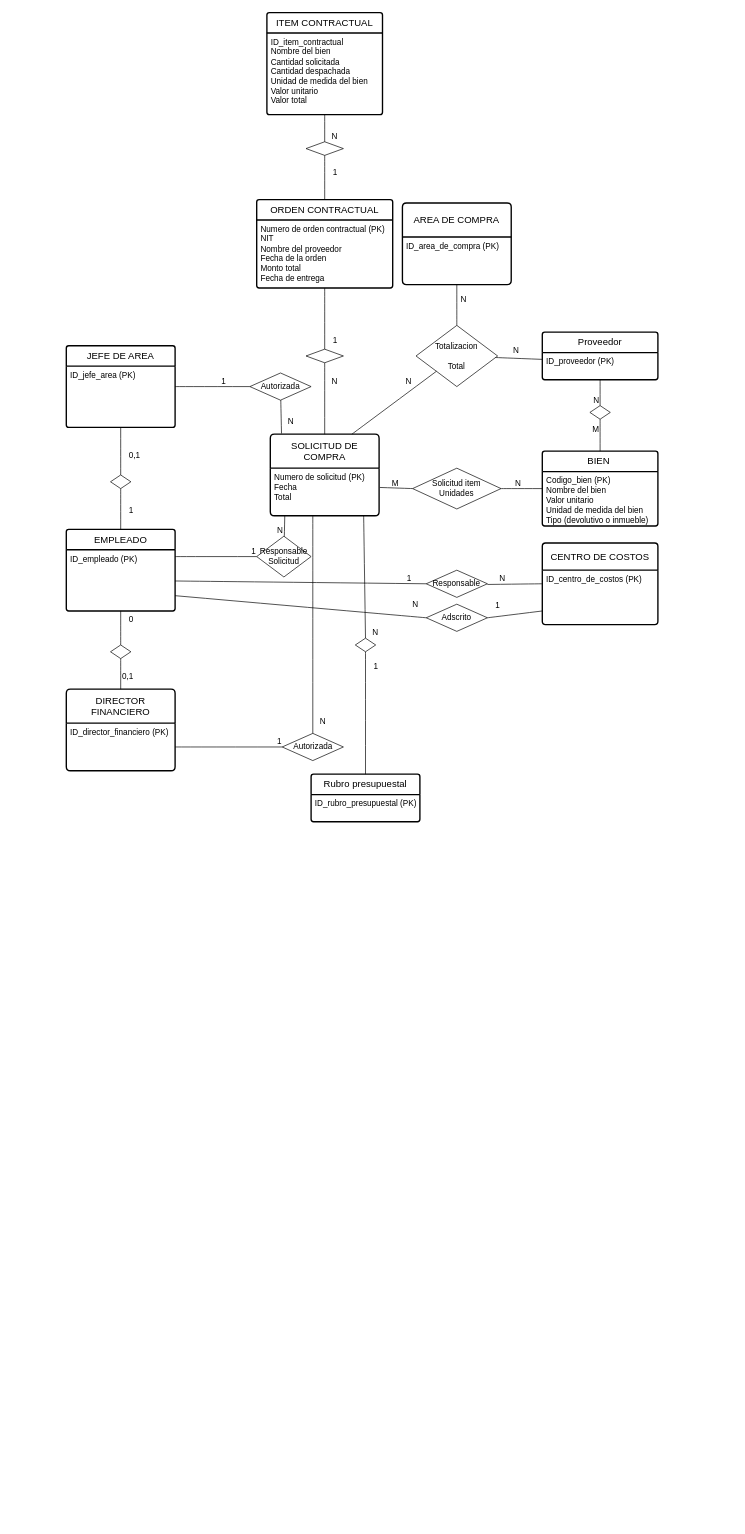
Above: DiagramaBaseDeDatos.drawio in elaiacamara/Arangoya (draw.io), before the change. Source tidied: cells renumbered, new cells numbered last; positions are measured from the earlier drawing's top-left corner, leaving out a move shared by most shapes. Both pictures are drawn from the tidied source at 68%, with x=0, y=0 at pixel (66, 12).
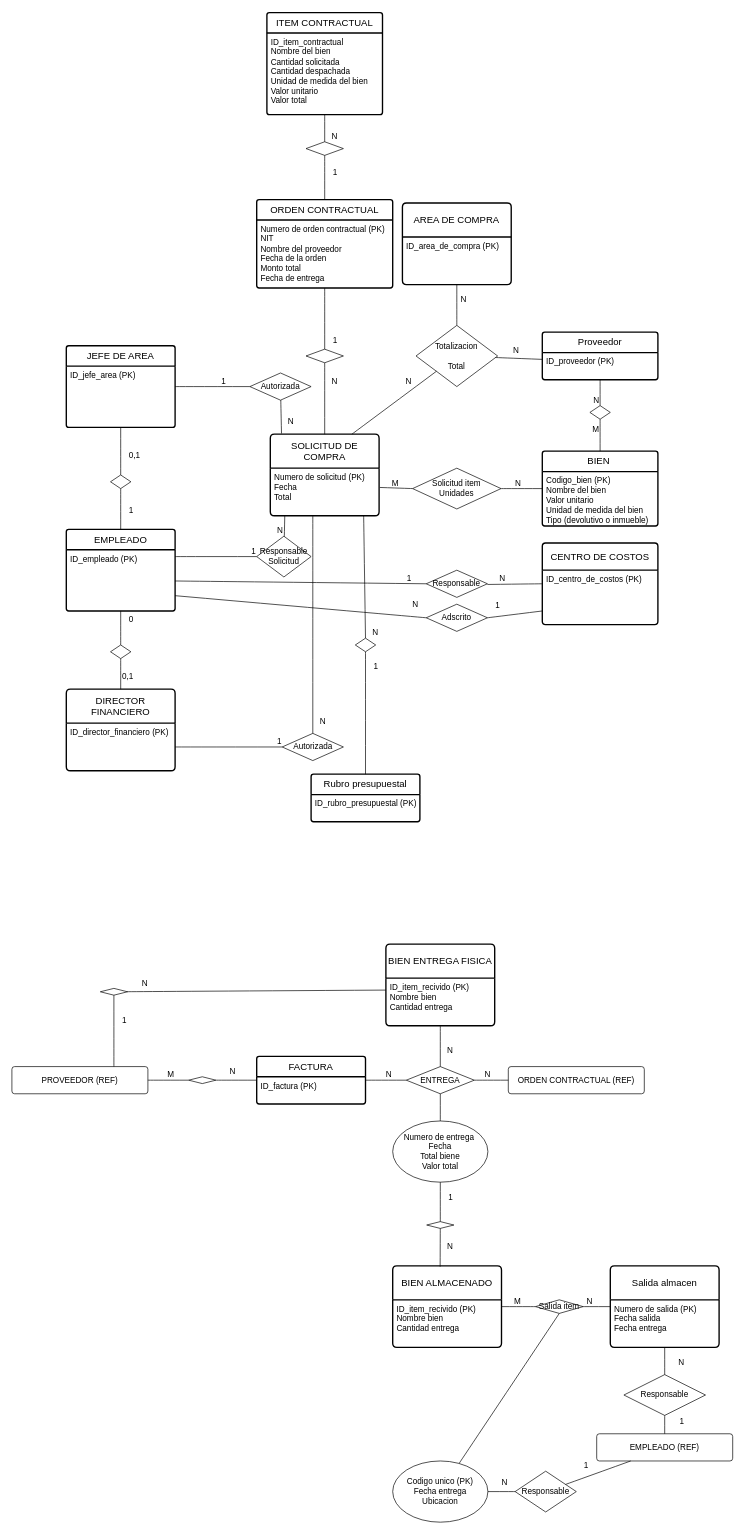
The same page after the edit.

Change to the diagram source:
```diff
@@
+    <mxCell id="92" value="ORDEN CONTRACTUAL (REF)" style="rounded=1;arcSize=10;whiteSpace=wrap;html=1;align=center;" parent="1" vertex="1">
+      <mxGeometry x="650" y="1550" width="200" height="40" as="geometry" />
+    </mxCell>
+    <mxCell id="93" value="EMPLEADO (REF)" style="rounded=1;arcSize=10;whiteSpace=wrap;html=1;align=center;" parent="1" vertex="1">
+      <mxGeometry x="780" y="2090" width="200" height="40" as="geometry" />
+    </mxCell>
+    <mxCell id="94" value="PROVEEDOR (REF)" style="rounded=1;arcSize=10;whiteSpace=wrap;html=1;align=center;" parent="1" vertex="1">
+      <mxGeometry x="-80" y="1550" width="200" height="40" as="geometry" />
+    </mxCell>
+    <mxCell id="95" value="ENTREGA" style="shape=rhombus;perimeter=rhombusPerimeter;whiteSpace=wrap;html=1;align=center;" parent="1" vertex="1">
+      <mxGeometry x="500" y="1550" width="100" height="40" as="geometry" />
+    </mxCell>
+    <mxCell id="96" value="FACTURA" style="swimlane;horizontal=1;startSize=30;rounded=1;fontSize=14;fontStyle=0;strokeWidth=2;shadow=0;dashed=0;align=center;arcSize=4;whiteSpace=wrap;html=1;" parent="1" vertex="1">
+      <mxGeometry x="280" y="1535" width="160" height="70" as="geometry" />
+    </mxCell>
+    <mxCell id="97" value="ID_factura (PK)" style="align=left;strokeColor=none;fillColor=none;spacingLeft=4;spacingRight=4;fontSize=12;verticalAlign=top;html=1;whiteSpace=wrap;" parent="96" vertex="1">
+      <mxGeometry y="30" width="160" height="40" as="geometry" />
+    </mxCell>
+    <mxCell id="98" style="shape=rhombus;perimeter=rhombusPerimeter;whiteSpace=wrap;html=1;align=center;" parent="1" vertex="1">
+      <mxGeometry x="180" y="1565" width="40" height="10" as="geometry" />
+    </mxCell>
+    <mxCell id="99" style="endArrow=none;html=1;rounded=0;fontSize=12;startSize=8;endSize=8;curved=1;exitX=1;exitY=0.5;exitDx=0;exitDy=0;entryX=0;entryY=0.5;entryDx=0;entryDy=0;" parent="1" edge="1" source="98" target="96">
+      <mxGeometry relative="1" as="geometry" />
+    </mxCell>
+    <mxCell id="100" value="N" style="html=1;whiteSpace=wrap;align=right;verticalAlign=bottom;fontSize=12;" parent="99" vertex="1">
+      <mxGeometry x="1" relative="1" as="geometry">
+        <mxPoint x="-30" y="-5" as="offset" />
+      </mxGeometry>
+    </mxCell>
+    <mxCell id="101" style="endArrow=none;html=1;rounded=0;fontSize=12;startSize=8;endSize=8;curved=1;entryX=0;entryY=0.5;entryDx=0;entryDy=0;" parent="1" edge="1" source="94" target="98">
+      <mxGeometry relative="1" as="geometry" />
+    </mxCell>
+    <mxCell id="102" value="M" style="html=1;whiteSpace=wrap;align=right;verticalAlign=bottom;fontSize=12;" parent="101" vertex="1">
+      <mxGeometry x="1" relative="1" as="geometry">
+        <mxPoint x="-20" as="offset" />
+      </mxGeometry>
+    </mxCell>
+    <mxCell id="103" value="Numero de entrega&amp;nbsp;&lt;div&gt;Fecha&lt;/div&gt;&lt;div&gt;Total biene&lt;/div&gt;&lt;div&gt;Valor total&lt;/div&gt;" style="ellipse;whiteSpace=wrap;html=1;align=center;" parent="1" vertex="1">
+      <mxGeometry x="480" y="1630" width="140" height="90" as="geometry" />
+    </mxCell>
+    <mxCell id="104" style="endArrow=none;html=1;rounded=0;fontSize=12;startSize=8;endSize=8;curved=1;entryX=0.5;entryY=1;entryDx=0;entryDy=0;" parent="1" edge="1" source="103" target="95">
+      <mxGeometry relative="1" as="geometry" />
+    </mxCell>
+    <mxCell id="105" style="endArrow=none;html=1;rounded=0;fontSize=12;startSize=8;endSize=8;curved=1;entryX=0;entryY=0.5;entryDx=0;entryDy=0;" parent="1" edge="1" source="95" target="92">
+      <mxGeometry relative="1" as="geometry" />
+    </mxCell>
+    <mxCell id="106" value="N" style="html=1;whiteSpace=wrap;align=right;verticalAlign=bottom;fontSize=12;" parent="105" vertex="1">
+      <mxGeometry x="1" relative="1" as="geometry">
+        <mxPoint x="-25" as="offset" />
+      </mxGeometry>
+    </mxCell>
+    <mxCell id="107" style="endArrow=none;html=1;rounded=0;fontSize=12;startSize=8;endSize=8;curved=1;entryX=0;entryY=0.5;entryDx=0;entryDy=0;exitX=1;exitY=0.5;exitDx=0;exitDy=0;" parent="1" edge="1" source="96" target="95">
+      <mxGeometry relative="1" as="geometry" />
+    </mxCell>
+    <mxCell id="108" value="N" style="html=1;whiteSpace=wrap;align=right;verticalAlign=bottom;fontSize=12;" parent="107" vertex="1">
+      <mxGeometry x="1" relative="1" as="geometry">
+        <mxPoint x="-20" as="offset" />
+      </mxGeometry>
+    </mxCell>
+    <mxCell id="109" value="BIEN ALMACENADO" style="swimlane;horizontal=1;startSize=50;rounded=1;fontSize=14;fontStyle=0;strokeWidth=2;shadow=0;dashed=0;align=center;arcSize=4;whiteSpace=wrap;html=1;" parent="1" vertex="1">
+      <mxGeometry x="480" y="1843" width="160" height="120" as="geometry" />
+    </mxCell>
+    <mxCell id="110" value="ID_item_recivido (PK)&lt;div&gt;Nombre bien&lt;/div&gt;&lt;div&gt;Cantidad entrega&lt;/div&gt;&lt;div&gt;&lt;br&gt;&lt;/div&gt;" style="align=left;strokeColor=none;fillColor=none;spacingLeft=4;spacingRight=4;fontSize=12;verticalAlign=top;html=1;whiteSpace=wrap;" parent="109" vertex="1">
+      <mxGeometry y="50" width="160" height="70" as="geometry" />
+    </mxCell>
+    <mxCell id="111" style="shape=rhombus;perimeter=rhombusPerimeter;whiteSpace=wrap;html=1;align=center;" parent="1" vertex="1">
+      <mxGeometry x="530" y="1778" width="40" height="10" as="geometry" />
+    </mxCell>
+    <mxCell id="112" style="endArrow=none;html=1;rounded=0;fontSize=12;startSize=8;endSize=8;curved=1;entryX=0.5;entryY=1;entryDx=0;entryDy=0;" parent="1" edge="1" source="111" target="103">
+      <mxGeometry relative="1" as="geometry" />
+    </mxCell>
+    <mxCell id="113" value="1" style="html=1;whiteSpace=wrap;align=right;verticalAlign=bottom;fontSize=12;" parent="112" vertex="1">
+      <mxGeometry x="1" relative="1" as="geometry">
+        <mxPoint x="20" y="30" as="offset" />
+      </mxGeometry>
+    </mxCell>
+    <mxCell id="114" style="endArrow=none;html=1;rounded=0;fontSize=12;startSize=8;endSize=8;curved=1;entryX=0.436;entryY=0.011;entryDx=0;entryDy=0;entryPerimeter=0;" parent="1" edge="1" source="111" target="109">
+      <mxGeometry relative="1" as="geometry" />
+    </mxCell>
+    <mxCell id="115" value="N" style="html=1;whiteSpace=wrap;align=right;verticalAlign=bottom;fontSize=12;" parent="114" vertex="1">
+      <mxGeometry x="1" relative="1" as="geometry">
+        <mxPoint x="20" y="-21" as="offset" />
+      </mxGeometry>
+    </mxCell>
+    <mxCell id="116" value="BIEN ENTREGA FISICA" style="swimlane;horizontal=1;startSize=50;rounded=1;fontSize=14;fontStyle=0;strokeWidth=2;shadow=0;dashed=0;align=center;arcSize=4;whiteSpace=wrap;html=1;" parent="1" vertex="1">
+      <mxGeometry x="470" y="1370" width="160" height="120" as="geometry" />
+    </mxCell>
+    <mxCell id="117" value="ID_item_recivido (PK)&lt;div&gt;Nombre bien&lt;/div&gt;&lt;div&gt;Cantidad entrega&lt;/div&gt;&lt;div&gt;&lt;br&gt;&lt;/div&gt;" style="align=left;strokeColor=none;fillColor=none;spacingLeft=4;spacingRight=4;fontSize=12;verticalAlign=top;html=1;whiteSpace=wrap;" parent="116" vertex="1">
+      <mxGeometry y="50" width="160" height="70" as="geometry" />
+    </mxCell>
+    <mxCell id="118" style="shape=rhombus;perimeter=rhombusPerimeter;whiteSpace=wrap;html=1;align=center;" parent="1" vertex="1">
+      <mxGeometry x="50" y="1435" width="40" height="10" as="geometry" />
+    </mxCell>
+    <mxCell id="119" style="endArrow=none;html=1;rounded=0;fontSize=12;startSize=8;endSize=8;curved=1;entryX=0.5;entryY=1;entryDx=0;entryDy=0;exitX=0.75;exitY=0;exitDx=0;exitDy=0;" parent="1" edge="1" source="94" target="118">
+      <mxGeometry relative="1" as="geometry" />
+    </mxCell>
+    <mxCell id="120" value="1" style="html=1;whiteSpace=wrap;align=right;verticalAlign=bottom;fontSize=12;" parent="119" vertex="1">
+      <mxGeometry x="1" relative="1" as="geometry">
+        <mxPoint x="20" y="45" as="offset" />
+      </mxGeometry>
+    </mxCell>
+    <mxCell id="121" style="endArrow=none;html=1;rounded=0;fontSize=12;startSize=8;endSize=8;curved=1;entryX=0;entryY=0.25;entryDx=0;entryDy=0;" parent="1" edge="1" source="118" target="117">
+      <mxGeometry relative="1" as="geometry" />
+    </mxCell>
+    <mxCell id="122" value="N" style="html=1;whiteSpace=wrap;align=right;verticalAlign=bottom;fontSize=12;" parent="121" vertex="1">
+      <mxGeometry x="1" relative="1" as="geometry">
+        <mxPoint x="-349" y="-2" as="offset" />
+      </mxGeometry>
+    </mxCell>
+    <mxCell id="123" style="endArrow=none;html=1;rounded=0;fontSize=12;startSize=8;endSize=8;curved=1;entryX=0.5;entryY=0;entryDx=0;entryDy=0;" parent="1" edge="1" source="117" target="95">
+      <mxGeometry relative="1" as="geometry" />
+    </mxCell>
+    <mxCell id="124" value="N" style="html=1;whiteSpace=wrap;align=right;verticalAlign=bottom;fontSize=12;" parent="123" vertex="1">
+      <mxGeometry x="1" relative="1" as="geometry">
+        <mxPoint x="20" y="-15" as="offset" />
+      </mxGeometry>
+    </mxCell>
+    <mxCell id="125" value="Salida almacen" style="swimlane;horizontal=1;startSize=50;rounded=1;fontSize=14;fontStyle=0;strokeWidth=2;shadow=0;dashed=0;align=center;arcSize=4;whiteSpace=wrap;html=1;" parent="1" vertex="1">
+      <mxGeometry x="800" y="1843" width="160" height="120" as="geometry" />
+    </mxCell>
+    <mxCell id="126" value="Numero de salida (PK)&lt;div&gt;Fecha salida&lt;/div&gt;&lt;div&gt;Fecha entrega&lt;/div&gt;" style="align=left;strokeColor=none;fillColor=none;spacingLeft=4;spacingRight=4;fontSize=12;verticalAlign=top;html=1;whiteSpace=wrap;" parent="125" vertex="1">
+      <mxGeometry y="50" width="160" height="70" as="geometry" />
+    </mxCell>
+    <mxCell id="127" value="Responsable" style="shape=rhombus;perimeter=rhombusPerimeter;whiteSpace=wrap;html=1;align=center;" parent="1" vertex="1">
+      <mxGeometry x="820" y="2003" width="120" height="60" as="geometry" />
+    </mxCell>
+    <mxCell id="128" style="endArrow=none;html=1;rounded=0;fontSize=12;startSize=8;endSize=8;curved=1;entryX=0.5;entryY=0;entryDx=0;entryDy=0;" parent="1" edge="1" source="127" target="93">
+      <mxGeometry relative="1" as="geometry" />
+    </mxCell>
+    <mxCell id="129" value="1" style="html=1;whiteSpace=wrap;align=right;verticalAlign=bottom;fontSize=12;" parent="128" vertex="1">
+      <mxGeometry x="1" relative="1" as="geometry">
+        <mxPoint x="30" y="-10" as="offset" />
+      </mxGeometry>
+    </mxCell>
+    <mxCell id="130" style="endArrow=none;html=1;rounded=0;fontSize=12;startSize=8;endSize=8;curved=1;exitX=0.5;exitY=0;exitDx=0;exitDy=0;entryX=0.5;entryY=1;entryDx=0;entryDy=0;" parent="1" edge="1" source="127" target="125">
+      <mxGeometry relative="1" as="geometry" />
+    </mxCell>
+    <mxCell id="131" value="N" style="html=1;whiteSpace=wrap;align=right;verticalAlign=bottom;fontSize=12;" parent="130" vertex="1">
+      <mxGeometry x="1" relative="1" as="geometry">
+        <mxPoint x="30" y="30" as="offset" />
+      </mxGeometry>
+    </mxCell>
+    <mxCell id="132" value="Salida item" style="shape=rhombus;perimeter=rhombusPerimeter;whiteSpace=wrap;html=1;align=center;" parent="1" vertex="1">
+      <mxGeometry x="690" y="1893" width="70" height="20" as="geometry" />
+    </mxCell>
+    <mxCell id="133" style="endArrow=none;html=1;rounded=0;fontSize=12;startSize=8;endSize=8;curved=1;entryX=0;entryY=0.5;entryDx=0;entryDy=0;" parent="1" edge="1" source="132" target="125">
+      <mxGeometry relative="1" as="geometry" />
+    </mxCell>
+    <mxCell id="134" value="N" style="html=1;whiteSpace=wrap;align=right;verticalAlign=bottom;fontSize=12;" parent="133" vertex="1">
+      <mxGeometry x="1" relative="1" as="geometry">
+        <mxPoint x="-25" as="offset" />
+      </mxGeometry>
+    </mxCell>
+    <mxCell id="135" style="endArrow=none;html=1;rounded=0;fontSize=12;startSize=8;endSize=8;curved=1;entryX=1;entryY=0.5;entryDx=0;entryDy=0;" parent="1" edge="1" source="132" target="109">
+      <mxGeometry relative="1" as="geometry" />
+    </mxCell>
+    <mxCell id="136" value="M" style="html=1;whiteSpace=wrap;align=right;verticalAlign=bottom;fontSize=12;" parent="135" vertex="1">
+      <mxGeometry x="1" relative="1" as="geometry">
+        <mxPoint x="30" as="offset" />
+      </mxGeometry>
+    </mxCell>
+    <mxCell id="137" value="Codigo unico (PK)&lt;div&gt;Fecha entrega&lt;/div&gt;&lt;div&gt;Ubicacion&lt;/div&gt;" style="ellipse;whiteSpace=wrap;html=1;align=center;" parent="1" vertex="1">
+      <mxGeometry x="480" y="2130" width="140" height="90" as="geometry" />
+    </mxCell>
+    <mxCell id="138" style="endArrow=none;html=1;rounded=0;fontSize=12;startSize=8;endSize=8;curved=1;entryX=0.5;entryY=1;entryDx=0;entryDy=0;" parent="1" edge="1" source="137" target="132">
+      <mxGeometry relative="1" as="geometry" />
+    </mxCell>
+    <mxCell id="139" value="Responsable" style="shape=rhombus;perimeter=rhombusPerimeter;whiteSpace=wrap;html=1;align=center;" parent="1" vertex="1">
+      <mxGeometry x="660" y="2145" width="90" height="60" as="geometry" />
+    </mxCell>
+    <mxCell id="140" style="endArrow=none;html=1;rounded=0;fontSize=12;startSize=8;endSize=8;curved=1;entryX=0.25;entryY=1;entryDx=0;entryDy=0;" parent="1" edge="1" source="139" target="93">
+      <mxGeometry relative="1" as="geometry" />
+    </mxCell>
+    <mxCell id="141" value="1" style="html=1;whiteSpace=wrap;align=right;verticalAlign=bottom;fontSize=12;" parent="140" vertex="1">
+      <mxGeometry x="1" relative="1" as="geometry">
+        <mxPoint x="-61" y="15" as="offset" />
+      </mxGeometry>
+    </mxCell>
+    <mxCell id="142" style="endArrow=none;html=1;rounded=0;fontSize=12;startSize=8;endSize=8;curved=1;entryX=1;entryY=0.5;entryDx=0;entryDy=0;" parent="1" edge="1" source="139" target="137">
+      <mxGeometry relative="1" as="geometry" />
+    </mxCell>
+    <mxCell id="143" value="N" style="html=1;whiteSpace=wrap;align=right;verticalAlign=bottom;fontSize=12;" parent="142" vertex="1">
+      <mxGeometry x="1" relative="1" as="geometry">
+        <mxPoint x="30" y="-5" as="offset" />
+      </mxGeometry>
+    </mxCell>
```
